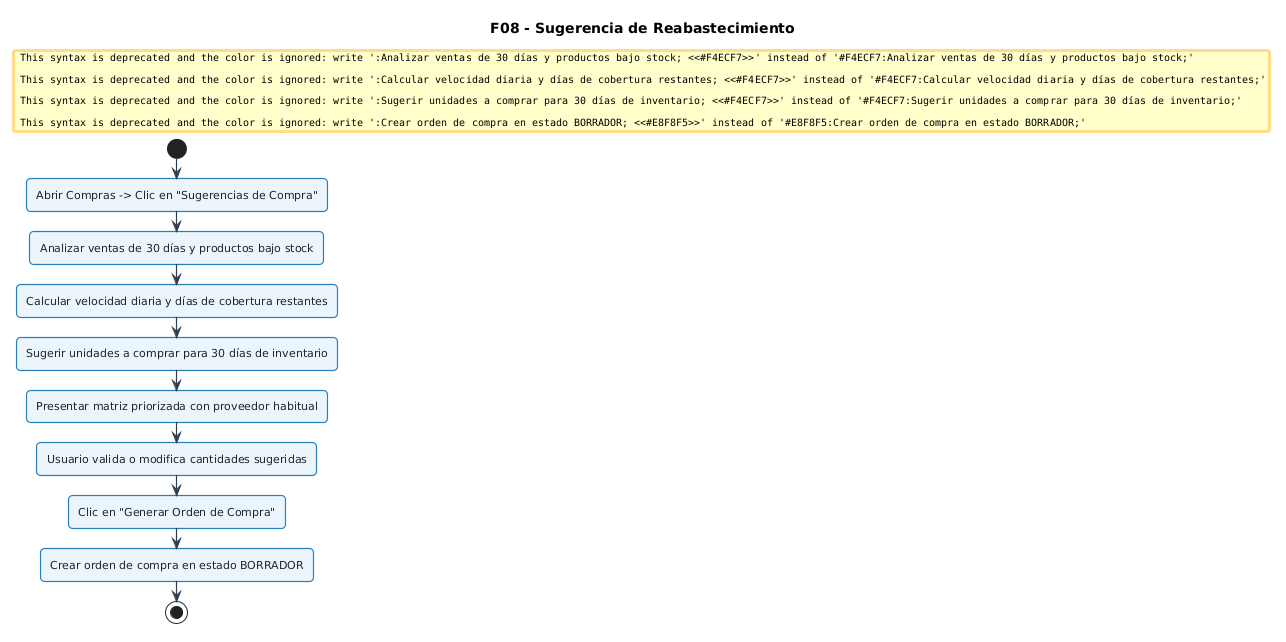
xmenil/ERP-KIPUS keeps this PlantUML diagram as docs/UML-flujos/imagenes/08_reabastecimiento_compras.png. Above is the earlier version.
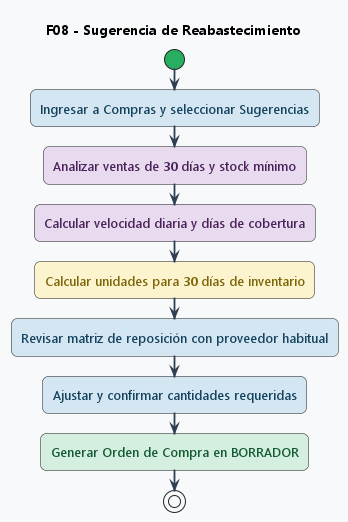
The same diagram one commit later.

The edit, as a diff of the source:
```diff
@@ -1,40 +1,62 @@
 @startuml
+<style>
+activityDiagram {
+  BackgroundColor #F8F9FA
+  BorderColor #2C3E50
+  FontColor #1A252F
+  FontSize 13
+  FontName "Segoe UI", Arial, sans-serif
+  RoundCorner 12
+  Padding 10
+  Margin 8
+
+  .verde {
+    BackgroundColor #D4EFDF
+    BorderColor #27AE60
+    FontColor #145A32
+  }
+  .amarillo {
+    BackgroundColor #FCF3CF
+    BorderColor #F39C12
+    FontColor #7D6608
+  }
+  .azul {
+    BackgroundColor #D4E6F1
+    BorderColor #2980B9
+    FontColor #154360
+  }
+  .morado {
+    BackgroundColor #E8DAEF
+    BorderColor #8E44AD
+    FontColor #4A235A
+  }
+  .rojo {
+    BackgroundColor #FADBD8
+    BorderColor #C0392B
+    FontColor #78281F
+  }
+}
+</style>
+
 skinparam defaultFontName "Segoe UI", Arial, sans-serif
-skinparam defaultFontSize 11
-skinparam roundCorner 8
-skinparam shadowing false
 skinparam ArrowColor #2C3E50
-skinparam ArrowThickness 1.2
-
-skinparam activity {
-  BackgroundColor #EBF5FB
-  BorderColor #2980B9
-  BorderThickness 1.2
-  FontColor #1A252F
-}
-skinparam decision {
-  BackgroundColor #FEF9E7
-  BorderColor #F39C12
-  BorderThickness 1.2
-  FontColor #7D6608
-}
-skinparam start {
-  Color #27AE60
-}
-skinparam stop {
-  Color #C0392B
-}
+skinparam ArrowThickness 1.8
+skinparam activityStartColor #27AE60
+skinparam activityEndColor #C0392B
+skinparam activityDiamondBackgroundColor #FCF3CF
+skinparam activityDiamondBorderColor #F39C12
+skinparam activityDiamondFontColor #7D6608
+skinparam activityDiamondFontSize 12
 
 title F08 - Sugerencia de Reabastecimiento
 
 start
-:Abrir Compras -> Clic en "Sugerencias de Compra";
-#F4ECF7:Analizar ventas de 30 días y productos bajo stock;
-#F4ECF7:Calcular velocidad diaria y días de cobertura restantes;
-#F4ECF7:Sugerir unidades a comprar para 30 días de inventario;
-:Presentar matriz priorizada con proveedor habitual;
-:Usuario valida o modifica cantidades sugeridas;
-:Clic en "Generar Orden de Compra";
-#E8F8F5:Crear orden de compra en estado BORRADOR;
+:Ingresar a Compras y seleccionar Sugerencias; <<azul>>
+:Analizar ventas de 30 días y stock mínimo; <<morado>>
+:Calcular velocidad diaria y días de cobertura; <<morado>>
+:Calcular unidades para 30 días de inventario; <<amarillo>>
+:Revisar matriz de reposición con proveedor habitual; <<azul>>
+:Ajustar y confirmar cantidades requeridas; <<azul>>
+:Generar Orden de Compra en BORRADOR; <<verde>>
 stop
 @enduml
```
